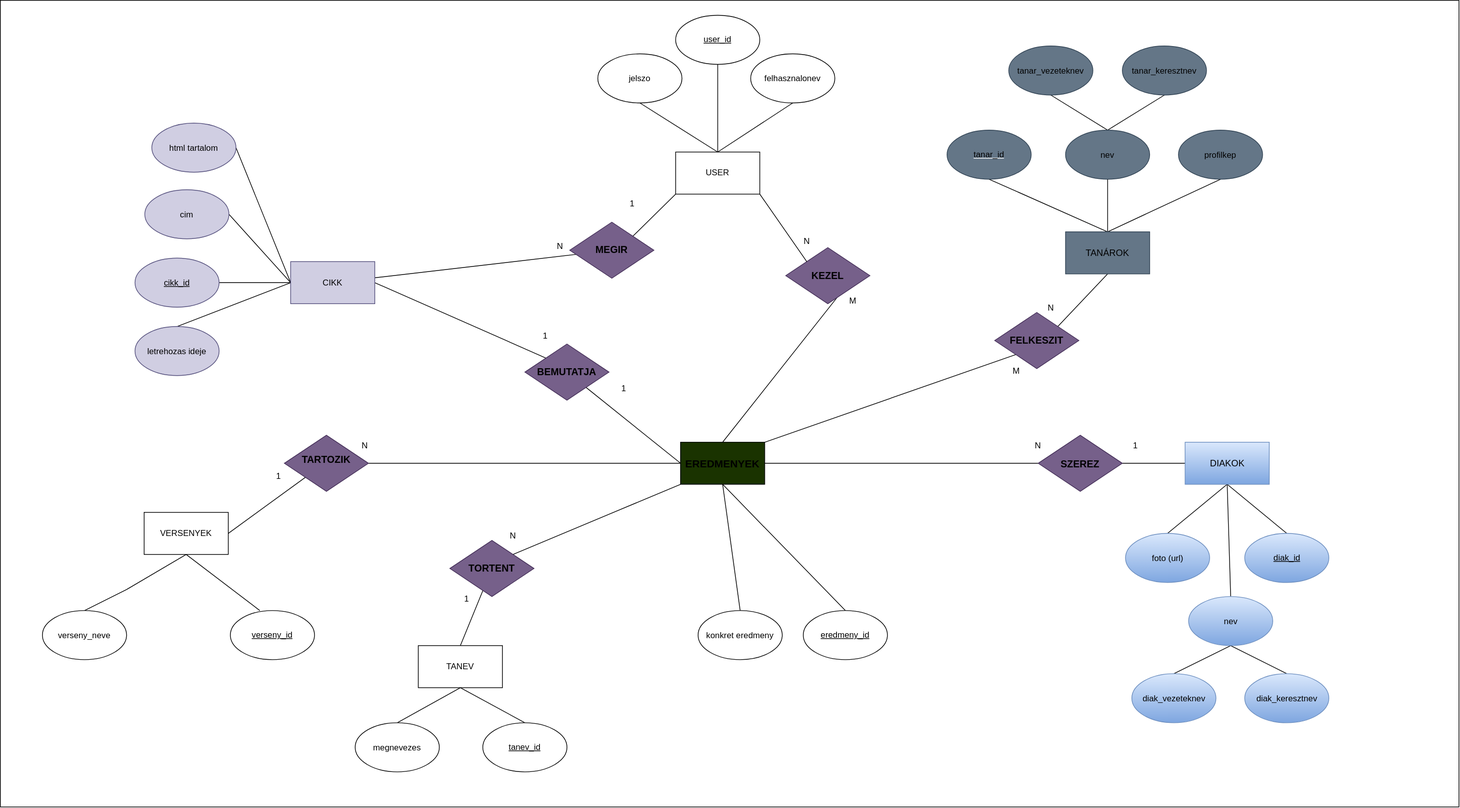
Earlier version of the draw.io export Hall_Of_Fame adatbázis.svg (Mate4223/hall_of_fame). Source tidied: cells renumbered, new cells last; positions are measured from the earlier drawing's top-left corner, leaving out a move shared by most shapes.
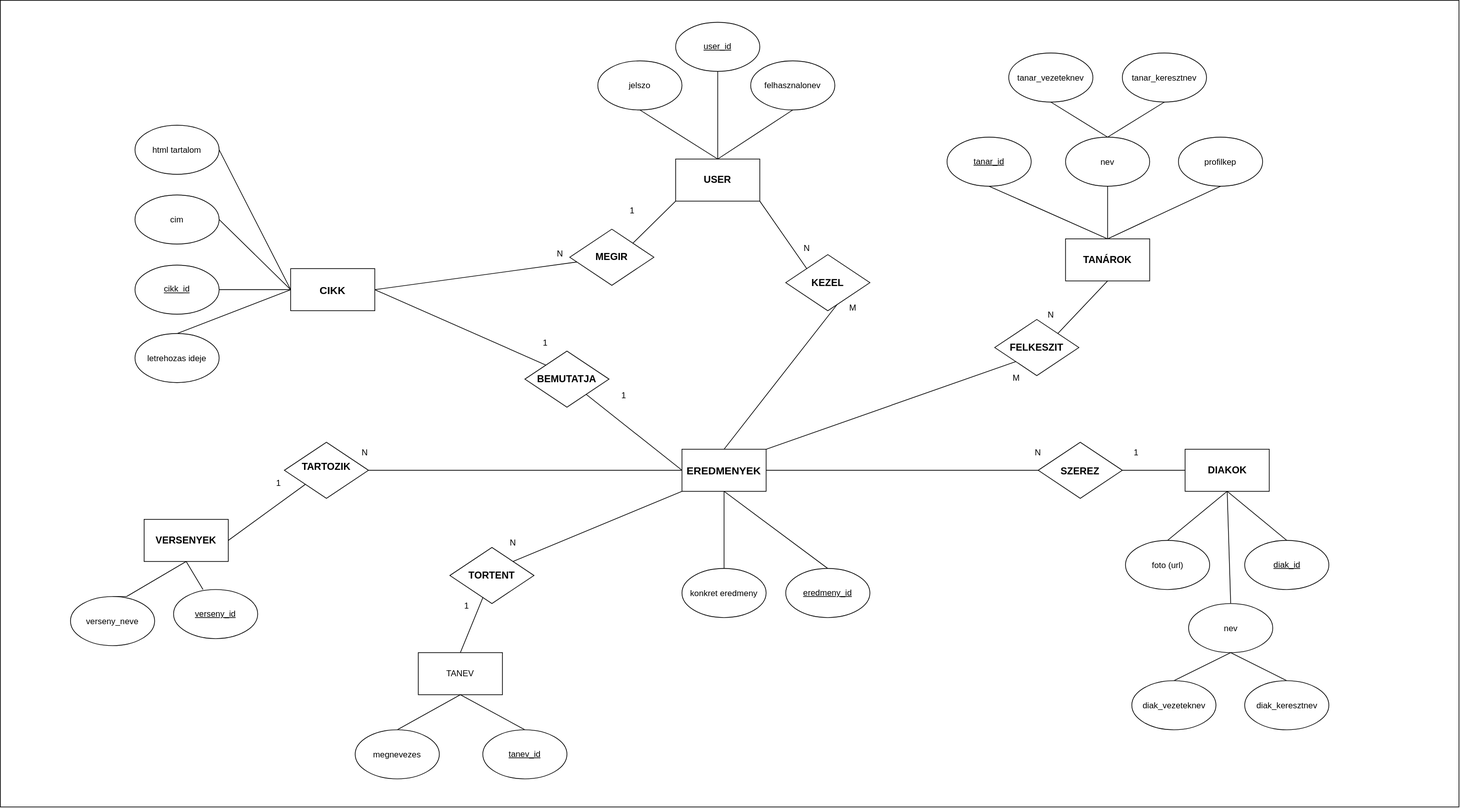
The same file after the commit.

The edit, as a diff of the source:
```diff
@@ -5,3 +5,3 @@
     <mxCell id="2" style="rounded=0;whiteSpace=wrap;html=1;" parent="1" vertex="1">
-      <mxGeometry width="2080" height="1150" as="geometry" />
+      <mxGeometry y="-10" width="2080" height="1150" as="geometry" />
     </mxCell>
@@ -19,3 +19,3 @@
     </mxCell>
-    <mxCell id="7" value="&lt;div&gt;USER&lt;/div&gt;" style="rounded=0;whiteSpace=wrap;html=1;" parent="1" vertex="1">
+    <mxCell id="7" value="&lt;div&gt;&lt;b&gt;&lt;font style=&quot;font-size: 14px;&quot;&gt;USER&lt;/font&gt;&lt;/b&gt;&lt;/div&gt;" style="rounded=0;whiteSpace=wrap;html=1;" parent="1" vertex="1">
       <mxGeometry x="963" y="216.2" width="120" height="60" as="geometry" />
@@ -35,3 +35,3 @@
     </mxCell>
-    <mxCell id="11" value="VERSENYEK" style="rounded=0;whiteSpace=wrap;html=1;fillColor=light-dark(#FFFFFF,#4D4D4D);" parent="1" vertex="1">
+    <mxCell id="11" value="&lt;b&gt;&lt;font style=&quot;font-size: 14px;&quot;&gt;VERSENYEK&lt;/font&gt;&lt;/b&gt;" style="rounded=0;whiteSpace=wrap;html=1;fillColor=light-dark(#FFFFFF,#4D4D4D);" parent="1" vertex="1">
       <mxGeometry x="205" y="730" width="120" height="60" as="geometry" />
@@ -50,3 +50,3 @@
     </mxCell>
-    <mxCell id="16" value="&lt;font style=&quot;font-size: 13px;&quot;&gt;DIAKOK&lt;/font&gt;" style="rounded=0;whiteSpace=wrap;html=1;fillColor=#dae8fc;strokeColor=#6c8ebf;gradientColor=#7ea6e0;" parent="1" vertex="1">
+    <mxCell id="16" value="&lt;font style=&quot;font-size: 14px;&quot;&gt;&lt;b style=&quot;&quot;&gt;DIAKOK&lt;/b&gt;&lt;/font&gt;" style="rounded=0;whiteSpace=wrap;html=1;" parent="1" vertex="1">
       <mxGeometry x="1689.5" y="630" width="120" height="60" as="geometry" />
@@ -71,4 +71,4 @@
     </mxCell>
-    <mxCell id="23" value="&lt;font style=&quot;font-size: 15px;&quot;&gt;&lt;b&gt;EREDMENYEK&lt;/b&gt;&lt;/font&gt;" style="rounded=0;whiteSpace=wrap;html=1;fillColor=light-dark(#1A3300,#1A3300);" parent="1" vertex="1">
-      <mxGeometry x="970" y="630" width="120" height="60" as="geometry" />
+    <mxCell id="23" value="&lt;font style=&quot;font-size: 15px;&quot;&gt;&lt;b&gt;EREDMENYEK&lt;/b&gt;&lt;/font&gt;" style="rounded=0;whiteSpace=wrap;html=1;" parent="1" vertex="1">
+      <mxGeometry x="972" y="630" width="120" height="60" as="geometry" />
     </mxCell>
@@ -81,3 +81,3 @@
     <mxCell id="26" value="verseny_neve" style="ellipse;whiteSpace=wrap;html=1;shapeInside=1;fillColor=light-dark(#FFFFFF,#4D4D4D);" parent="1" vertex="1">
-      <mxGeometry x="60" y="870" width="120" height="70" as="geometry" />
+      <mxGeometry x="100" y="840" width="120" height="70" as="geometry" />
     </mxCell>
@@ -89,6 +89,6 @@
     </mxCell>
-    <mxCell id="29" value="nev" style="ellipse;whiteSpace=wrap;html=1;shapeInside=1;fillColor=#dae8fc;gradientColor=#7ea6e0;strokeColor=#6c8ebf;" parent="1" vertex="1">
+    <mxCell id="29" value="nev" style="ellipse;whiteSpace=wrap;html=1;shapeInside=1;" parent="1" vertex="1">
       <mxGeometry x="1694.5" y="850" width="120" height="70" as="geometry" />
     </mxCell>
-    <mxCell id="30" value="foto (url)" style="ellipse;whiteSpace=wrap;html=1;shapeInside=1;fillColor=#dae8fc;strokeColor=#6c8ebf;gradientColor=#7ea6e0;" parent="1" vertex="1">
+    <mxCell id="30" value="foto (url)" style="ellipse;whiteSpace=wrap;html=1;shapeInside=1;" parent="1" vertex="1">
       <mxGeometry x="1604.5" y="760" width="120" height="70" as="geometry" />
@@ -96,5 +96,5 @@
     <mxCell id="31" value="konkret eredmeny" style="ellipse;whiteSpace=wrap;html=1;shapeInside=1;fillColor=light-dark(#FFFFFF,#1A3300);" parent="1" vertex="1">
-      <mxGeometry x="995" y="870" width="120" height="70" as="geometry" />
+      <mxGeometry x="972" y="800" width="120" height="70" as="geometry" />
     </mxCell>
-    <mxCell id="32" value="&lt;span style=&quot;color: light-dark(rgb(0, 0, 0), rgb(255, 255, 255));&quot;&gt;&lt;b&gt;&lt;font style=&quot;font-size: 14px;&quot;&gt;SZEREZ&lt;/font&gt;&lt;/b&gt;&lt;/span&gt;" style="rhombus;whiteSpace=wrap;html=1;shapeInside=1;fillColor=#76608a;fontColor=#ffffff;strokeColor=#432D57;" parent="1" vertex="1">
+    <mxCell id="32" value="&lt;span style=&quot;color: light-dark(rgb(0, 0, 0), rgb(255, 255, 255));&quot;&gt;&lt;b&gt;&lt;font style=&quot;font-size: 14px;&quot;&gt;SZEREZ&lt;/font&gt;&lt;/b&gt;&lt;/span&gt;" style="rhombus;whiteSpace=wrap;html=1;shapeInside=1;" parent="1" vertex="1">
       <mxGeometry x="1480" y="620" width="120" height="80" as="geometry" />
@@ -104,3 +104,3 @@
     </mxCell>
-    <mxCell id="34" value="&lt;font style=&quot;font-size: 14px;&quot;&gt;&lt;b style=&quot;color: light-dark(rgb(0, 0, 0), rgb(255, 255, 255));&quot;&gt;TARTOZIK&lt;/b&gt;&lt;/font&gt;" style="rhombus;whiteSpace=wrap;html=1;shapeInside=1;fillColor=#76608a;fontColor=#ffffff;strokeColor=#432D57;" parent="1" vertex="1">
+    <mxCell id="34" value="&lt;font style=&quot;font-size: 14px;&quot;&gt;&lt;b style=&quot;color: light-dark(rgb(0, 0, 0), rgb(255, 255, 255));&quot;&gt;TARTOZIK&lt;/b&gt;&lt;/font&gt;" style="rhombus;whiteSpace=wrap;html=1;shapeInside=1;" parent="1" vertex="1">
       <mxGeometry x="405" y="620" width="120" height="80" as="geometry" />
@@ -123,8 +123,8 @@
     <mxCell id="40" value="verseny_id" style="ellipse;whiteSpace=wrap;html=1;align=center;fontStyle=4;fillColor=light-dark(#FFFFFF,#4D4D4D);" parent="1" vertex="1">
-      <mxGeometry x="328" y="870" width="120" height="70" as="geometry" />
+      <mxGeometry x="247" y="830" width="120" height="70" as="geometry" />
     </mxCell>
     <mxCell id="41" value="eredmeny_id" style="ellipse;whiteSpace=wrap;html=1;align=center;fontStyle=4;fillColor=light-dark(#FFFFFF,#1A3300);" parent="1" vertex="1">
-      <mxGeometry x="1145" y="870" width="120" height="70" as="geometry" />
+      <mxGeometry x="1120" y="800" width="120" height="70" as="geometry" />
     </mxCell>
-    <mxCell id="42" value="diak_id" style="ellipse;whiteSpace=wrap;html=1;align=center;fontStyle=4;fillColor=#dae8fc;gradientColor=#7ea6e0;strokeColor=#6c8ebf;" parent="1" vertex="1">
+    <mxCell id="42" value="diak_id" style="ellipse;whiteSpace=wrap;html=1;align=center;fontStyle=4;" parent="1" vertex="1">
       <mxGeometry x="1774.5" y="760" width="120" height="70" as="geometry" />
@@ -143,6 +143,6 @@
     </mxCell>
-    <mxCell id="47" value="&lt;font style=&quot;font-size: 13px; color: light-dark(rgb(0, 0, 0), rgb(255, 255, 255));&quot;&gt;TANÁROK&lt;/font&gt;" style="rounded=0;whiteSpace=wrap;html=1;fillColor=#647687;strokeColor=#314354;fontColor=#ffffff;" parent="1" vertex="1">
+    <mxCell id="47" value="&lt;font style=&quot;color: light-dark(rgb(0, 0, 0), rgb(255, 255, 255)); font-size: 14px;&quot;&gt;&lt;b style=&quot;&quot;&gt;TANÁROK&lt;/b&gt;&lt;/font&gt;" style="rounded=0;whiteSpace=wrap;html=1;" parent="1" vertex="1">
       <mxGeometry x="1519" y="330" width="120" height="60" as="geometry" />
     </mxCell>
-    <mxCell id="48" value="&lt;span style=&quot;color: light-dark(rgb(0, 0, 0), rgb(255, 255, 255));&quot;&gt;tanar_id&lt;/span&gt;" style="ellipse;whiteSpace=wrap;html=1;align=center;fontStyle=4;fillColor=#647687;strokeColor=#314354;fontColor=#ffffff;" parent="1" vertex="1">
+    <mxCell id="48" value="&lt;span style=&quot;color: light-dark(rgb(0, 0, 0), rgb(255, 255, 255));&quot;&gt;tanar_id&lt;/span&gt;" style="ellipse;whiteSpace=wrap;html=1;align=center;fontStyle=4;" parent="1" vertex="1">
       <mxGeometry x="1350" y="185" width="120" height="70" as="geometry" />
@@ -155,24 +155,24 @@
     </mxCell>
-    <mxCell id="51" value="&lt;span style=&quot;color: light-dark(rgb(0, 0, 0), rgb(255, 255, 255));&quot;&gt;nev&lt;/span&gt;" style="ellipse;whiteSpace=wrap;html=1;shapeInside=1;fillColor=#647687;fontColor=#ffffff;strokeColor=#314354;" parent="1" vertex="1">
+    <mxCell id="51" value="&lt;span style=&quot;color: light-dark(rgb(0, 0, 0), rgb(255, 255, 255));&quot;&gt;nev&lt;/span&gt;" style="ellipse;whiteSpace=wrap;html=1;shapeInside=1;" parent="1" vertex="1">
       <mxGeometry x="1519" y="185" width="120" height="70" as="geometry" />
     </mxCell>
-    <mxCell id="52" value="diak_keresztnev" style="ellipse;whiteSpace=wrap;html=1;shapeInside=1;fillColor=#dae8fc;gradientColor=#7ea6e0;strokeColor=#6c8ebf;" parent="1" vertex="1">
+    <mxCell id="52" value="diak_keresztnev" style="ellipse;whiteSpace=wrap;html=1;shapeInside=1;" parent="1" vertex="1">
       <mxGeometry x="1774.5" y="960" width="120" height="70" as="geometry" />
     </mxCell>
-    <mxCell id="53" value="diak_vezeteknev" style="ellipse;whiteSpace=wrap;html=1;shapeInside=1;fillColor=#dae8fc;gradientColor=#7ea6e0;strokeColor=#6c8ebf;" parent="1" vertex="1">
+    <mxCell id="53" value="diak_vezeteknev" style="ellipse;whiteSpace=wrap;html=1;shapeInside=1;" parent="1" vertex="1">
       <mxGeometry x="1613.5" y="960" width="120" height="70" as="geometry" />
     </mxCell>
-    <mxCell id="54" value="&lt;span style=&quot;color: light-dark(rgb(0, 0, 0), rgb(255, 255, 255));&quot;&gt;profilkep&lt;/span&gt;" style="ellipse;whiteSpace=wrap;html=1;shapeInside=1;fillColor=#647687;fontColor=#ffffff;strokeColor=#314354;" parent="1" vertex="1">
+    <mxCell id="54" value="&lt;span style=&quot;color: light-dark(rgb(0, 0, 0), rgb(255, 255, 255));&quot;&gt;profilkep&lt;/span&gt;" style="ellipse;whiteSpace=wrap;html=1;shapeInside=1;" parent="1" vertex="1">
       <mxGeometry x="1680" y="185" width="120" height="70" as="geometry" />
     </mxCell>
-    <mxCell id="55" value="&lt;span style=&quot;color: light-dark(rgb(0, 0, 0), rgb(255, 255, 255));&quot;&gt;tanar_keresztnev&lt;/span&gt;" style="ellipse;whiteSpace=wrap;html=1;shapeInside=1;fillColor=#647687;fontColor=#ffffff;strokeColor=#314354;" parent="1" vertex="1">
+    <mxCell id="55" value="&lt;span style=&quot;color: light-dark(rgb(0, 0, 0), rgb(255, 255, 255));&quot;&gt;tanar_keresztnev&lt;/span&gt;" style="ellipse;whiteSpace=wrap;html=1;shapeInside=1;" parent="1" vertex="1">
       <mxGeometry x="1600" y="65" width="120" height="70" as="geometry" />
     </mxCell>
-    <mxCell id="56" value="&lt;span style=&quot;color: light-dark(rgb(0, 0, 0), rgb(255, 255, 255));&quot;&gt;tanar_vezeteknev&lt;/span&gt;" style="ellipse;whiteSpace=wrap;html=1;shapeInside=1;fillColor=#647687;fontColor=#ffffff;strokeColor=#314354;" parent="1" vertex="1">
+    <mxCell id="56" value="&lt;span style=&quot;color: light-dark(rgb(0, 0, 0), rgb(255, 255, 255));&quot;&gt;tanar_vezeteknev&lt;/span&gt;" style="ellipse;whiteSpace=wrap;html=1;shapeInside=1;" parent="1" vertex="1">
       <mxGeometry x="1438" y="65" width="120" height="70" as="geometry" />
     </mxCell>
-    <mxCell id="57" value="&lt;font style=&quot;font-size: 14px;&quot;&gt;&lt;b style=&quot;color: light-dark(rgb(0, 0, 0), rgb(255, 255, 255));&quot;&gt;KEZEL&lt;/b&gt;&lt;/font&gt;" style="shape=rhombus;perimeter=rhombusPerimeter;whiteSpace=wrap;html=1;align=center;fillColor=#76608a;fontColor=#ffffff;strokeColor=#432D57;" parent="1" vertex="1">
+    <mxCell id="57" value="&lt;font style=&quot;font-size: 14px;&quot;&gt;&lt;b style=&quot;color: light-dark(rgb(0, 0, 0), rgb(255, 255, 255));&quot;&gt;KEZEL&lt;/b&gt;&lt;/font&gt;" style="shape=rhombus;perimeter=rhombusPerimeter;whiteSpace=wrap;html=1;align=center;" parent="1" vertex="1">
       <mxGeometry x="1120" y="352.5" width="120" height="80" as="geometry" />
     </mxCell>
-    <mxCell id="58" value="&lt;b&gt;&lt;font style=&quot;font-size: 14px; color: light-dark(rgb(0, 0, 0), rgb(255, 255, 255));&quot;&gt;FELKESZIT&lt;/font&gt;&lt;/b&gt;" style="shape=rhombus;perimeter=rhombusPerimeter;whiteSpace=wrap;html=1;align=center;fillColor=#76608a;fontColor=#ffffff;strokeColor=#432D57;" parent="1" vertex="1">
+    <mxCell id="58" value="&lt;b&gt;&lt;font style=&quot;font-size: 14px; color: light-dark(rgb(0, 0, 0), rgb(255, 255, 255));&quot;&gt;FELKESZIT&lt;/font&gt;&lt;/b&gt;" style="shape=rhombus;perimeter=rhombusPerimeter;whiteSpace=wrap;html=1;align=center;" parent="1" vertex="1">
       <mxGeometry x="1418" y="445" width="120" height="80" as="geometry" />
@@ -197,3 +197,3 @@
     </mxCell>
-    <mxCell id="65" style="rounded=0;jettySize=auto;html=1;endArrow=none;endFill=0;" parent="1" edge="1" source="70" target="72">
+    <mxCell id="65" style="rounded=0;jettySize=auto;html=1;endArrow=none;endFill=0;exitX=1;exitY=0.5;exitDx=0;exitDy=0;" parent="1" edge="1" source="70" target="72">
       <mxGeometry relative="1" as="geometry" />
@@ -212,9 +212,9 @@
     </mxCell>
-    <mxCell id="70" value="&lt;div&gt;CIKK&lt;/div&gt;" style="rounded=0;whiteSpace=wrap;html=1;fillColor=#d0cee2;strokeColor=#56517e;" parent="1" vertex="1">
+    <mxCell id="70" value="&lt;div&gt;&lt;b&gt;&lt;font style=&quot;font-size: 15px;&quot;&gt;CIKK&lt;/font&gt;&lt;/b&gt;&lt;/div&gt;" style="rounded=0;whiteSpace=wrap;html=1;" parent="1" vertex="1">
       <mxGeometry x="414" y="372.5" width="120" height="60" as="geometry" />
     </mxCell>
-    <mxCell id="71" value="cikk_id" style="ellipse;whiteSpace=wrap;html=1;align=center;fontStyle=4;fillColor=#d0cee2;strokeColor=#56517e;" parent="1" vertex="1">
+    <mxCell id="71" value="cikk_id" style="ellipse;whiteSpace=wrap;html=1;align=center;fontStyle=4;" parent="1" vertex="1">
       <mxGeometry x="192" y="367.5" width="120" height="70" as="geometry" />
     </mxCell>
-    <mxCell id="72" value="&lt;b&gt;&lt;font style=&quot;font-size: 14px; color: light-dark(rgb(0, 0, 0), rgb(255, 255, 255));&quot;&gt;MEGIR&lt;/font&gt;&lt;/b&gt;" style="shape=rhombus;perimeter=rhombusPerimeter;whiteSpace=wrap;html=1;align=center;fillColor=#76608a;fontColor=#ffffff;strokeColor=#432D57;" parent="1" vertex="1">
+    <mxCell id="72" value="&lt;b&gt;&lt;font style=&quot;font-size: 14px; color: light-dark(rgb(0, 0, 0), rgb(255, 255, 255));&quot;&gt;MEGIR&lt;/font&gt;&lt;/b&gt;" style="shape=rhombus;perimeter=rhombusPerimeter;whiteSpace=wrap;html=1;align=center;" parent="1" vertex="1">
       <mxGeometry x="812" y="316.2" width="120" height="80" as="geometry" />
@@ -230,3 +230,3 @@
     </mxCell>
-    <mxCell id="76" value="&lt;span style=&quot;color: light-dark(rgb(0, 0, 0), rgb(255, 255, 255));&quot;&gt;&lt;font style=&quot;font-size: 14px;&quot;&gt;&lt;b&gt;BEMUTATJA&lt;/b&gt;&lt;/font&gt;&lt;/span&gt;" style="shape=rhombus;perimeter=rhombusPerimeter;whiteSpace=wrap;html=1;align=center;fillColor=#76608a;fontColor=#ffffff;strokeColor=#432D57;" parent="1" vertex="1">
+    <mxCell id="76" value="&lt;span style=&quot;color: light-dark(rgb(0, 0, 0), rgb(255, 255, 255));&quot;&gt;&lt;font style=&quot;font-size: 14px;&quot;&gt;&lt;b&gt;BEMUTATJA&lt;/b&gt;&lt;/font&gt;&lt;/span&gt;" style="shape=rhombus;perimeter=rhombusPerimeter;whiteSpace=wrap;html=1;align=center;" parent="1" vertex="1">
       <mxGeometry x="748" y="490" width="120" height="80" as="geometry" />
@@ -242,3 +242,3 @@
     </mxCell>
-    <mxCell id="80" value="&lt;span style=&quot;color: light-dark(rgb(0, 0, 0), rgb(255, 255, 255));&quot;&gt;&lt;b&gt;&lt;font style=&quot;font-size: 14px;&quot;&gt;TORTENT&lt;/font&gt;&lt;/b&gt;&lt;/span&gt;" style="shape=rhombus;perimeter=rhombusPerimeter;whiteSpace=wrap;html=1;align=center;fillColor=#76608a;fontColor=#ffffff;strokeColor=#432D57;" parent="1" vertex="1">
+    <mxCell id="80" value="&lt;span style=&quot;color: light-dark(rgb(0, 0, 0), rgb(255, 255, 255));&quot;&gt;&lt;b&gt;&lt;font style=&quot;font-size: 14px;&quot;&gt;TORTENT&lt;/font&gt;&lt;/b&gt;&lt;/span&gt;" style="shape=rhombus;perimeter=rhombusPerimeter;whiteSpace=wrap;html=1;align=center;" parent="1" vertex="1">
       <mxGeometry x="641" y="770" width="120" height="80" as="geometry" />
@@ -266,9 +266,9 @@
     </mxCell>
-    <mxCell id="88" value="cim" style="ellipse;whiteSpace=wrap;html=1;shapeInside=1;fillColor=#d0cee2;strokeColor=#56517e;" parent="1" vertex="1">
-      <mxGeometry x="206" y="270" width="120" height="70" as="geometry" />
+    <mxCell id="88" value="cim" style="ellipse;whiteSpace=wrap;html=1;shapeInside=1;" parent="1" vertex="1">
+      <mxGeometry x="192" y="267.5" width="120" height="70" as="geometry" />
     </mxCell>
-    <mxCell id="89" value="html tartalom" style="ellipse;whiteSpace=wrap;html=1;shapeInside=1;fillColor=#d0cee2;strokeColor=#56517e;" parent="1" vertex="1">
-      <mxGeometry x="216" y="175" width="120" height="70" as="geometry" />
+    <mxCell id="89" value="html tartalom" style="ellipse;whiteSpace=wrap;html=1;shapeInside=1;" parent="1" vertex="1">
+      <mxGeometry x="192" y="168" width="120" height="70" as="geometry" />
     </mxCell>
-    <mxCell id="90" value="letrehozas ideje" style="ellipse;whiteSpace=wrap;html=1;shapeInside=1;fillColor=#d0cee2;strokeColor=#56517e;" parent="1" vertex="1">
+    <mxCell id="90" value="letrehozas ideje" style="ellipse;whiteSpace=wrap;html=1;shapeInside=1;" parent="1" vertex="1">
       <mxGeometry x="192" y="465" width="120" height="70" as="geometry" />
```
